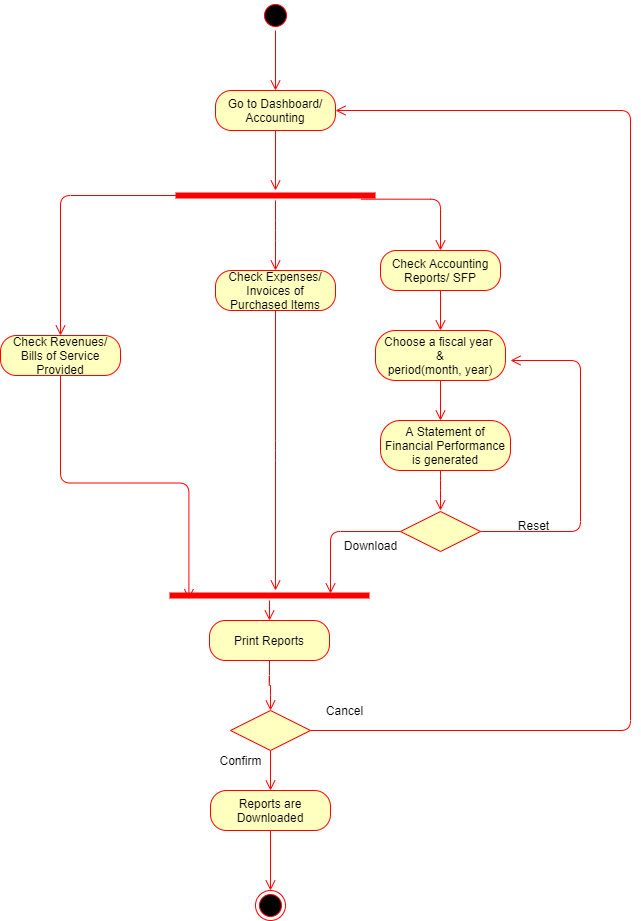
This is Diagrams/Activity Diagrams FINAL/AC_21-22-24-25 View Print Revenues Expenses, Accounting Reports.png from kkasharaj17/SE-project, a draw.io export, as it was before one commit. Source tidied: cells renumbered, new cells last; positions are measured from the earlier drawing's top-left corner, leaving out a move shared by most shapes. Source of this version:
```xml
<mxGraphModel>
  <root>
    <mxCell id="0" />
    <mxCell id="1" parent="0" />
    <mxCell id="2" style="ellipse;html=1;shape=startState;fillColor=#000000;strokeColor=#ff0000;" parent="1" vertex="1">
      <mxGeometry x="260" width="30" height="30" as="geometry" />
    </mxCell>
    <mxCell id="3" style="edgeStyle=orthogonalEdgeStyle;html=1;verticalAlign=bottom;endArrow=open;endSize=8;strokeColor=#ff0000;" parent="1" edge="1" source="2">
      <mxGeometry relative="1" as="geometry">
        <mxPoint x="275" y="90" as="targetPoint" />
      </mxGeometry>
    </mxCell>
    <mxCell id="4" value="Go to Dashboard/ Accounting" style="rounded=1;whiteSpace=wrap;html=1;arcSize=40;fontColor=#000000;fillColor=#ffffc0;strokeColor=#ff0000;" parent="1" vertex="1">
      <mxGeometry x="215" y="90" width="120" height="40" as="geometry" />
    </mxCell>
    <mxCell id="5" style="edgeStyle=orthogonalEdgeStyle;html=1;verticalAlign=bottom;endArrow=open;endSize=8;strokeColor=#ff0000;" parent="1" edge="1" source="4">
      <mxGeometry relative="1" as="geometry">
        <mxPoint x="275" y="190" as="targetPoint" />
      </mxGeometry>
    </mxCell>
    <mxCell id="6" value="Check Revenues/ Bills of Service Provided" style="rounded=1;whiteSpace=wrap;html=1;arcSize=40;fontColor=#000000;fillColor=#ffffc0;strokeColor=#ff0000;" parent="1" vertex="1">
      <mxGeometry y="335" width="120" height="40" as="geometry" />
    </mxCell>
    <mxCell id="7" style="edgeStyle=orthogonalEdgeStyle;html=1;verticalAlign=bottom;endArrow=open;endSize=8;strokeColor=#ff0000;entryX=0.097;entryY=0.867;entryDx=0;entryDy=0;entryPerimeter=0;exitX=0.5;exitY=1;exitDx=0;exitDy=0;" parent="1" edge="1" source="6" target="16">
      <mxGeometry relative="1" as="geometry" />
    </mxCell>
    <mxCell id="8" value="Check Accounting Reports/ SFP" style="rounded=1;whiteSpace=wrap;html=1;arcSize=40;fontColor=#000000;fillColor=#ffffc0;strokeColor=#ff0000;" parent="1" vertex="1">
      <mxGeometry x="380" y="250" width="120" height="40" as="geometry" />
    </mxCell>
    <mxCell id="9" style="edgeStyle=orthogonalEdgeStyle;html=1;verticalAlign=bottom;endArrow=open;endSize=8;strokeColor=#ff0000;entryX=0.5;entryY=0;entryDx=0;entryDy=0;" parent="1" edge="1" source="8" target="28">
      <mxGeometry relative="1" as="geometry" />
    </mxCell>
    <mxCell id="10" style="shape=line;html=1;strokeWidth=6;strokeColor=#ff0000;" parent="1" vertex="1">
      <mxGeometry x="175" y="190" width="200" height="10" as="geometry" />
    </mxCell>
    <mxCell id="11" style="edgeStyle=orthogonalEdgeStyle;html=1;verticalAlign=bottom;endArrow=open;endSize=8;strokeColor=#ff0000;entryX=0.5;entryY=0;entryDx=0;entryDy=0;" parent="1" edge="1" target="6">
      <mxGeometry relative="1" as="geometry">
        <mxPoint x="190" y="195" as="sourcePoint" />
      </mxGeometry>
    </mxCell>
    <mxCell id="12" style="edgeStyle=orthogonalEdgeStyle;html=1;verticalAlign=bottom;endArrow=open;endSize=8;strokeColor=#ff0000;" parent="1" edge="1" source="10">
      <mxGeometry relative="1" as="geometry">
        <mxPoint x="275" y="270" as="targetPoint" />
        <Array as="points">
          <mxPoint x="275" y="230" />
          <mxPoint x="275" y="230" />
        </Array>
      </mxGeometry>
    </mxCell>
    <mxCell id="13" value="Check Expenses/ Invoices of Purchased Items" style="rounded=1;whiteSpace=wrap;html=1;arcSize=40;fontColor=#000000;fillColor=#ffffc0;strokeColor=#ff0000;" parent="1" vertex="1">
      <mxGeometry x="215" y="270" width="120" height="40" as="geometry" />
    </mxCell>
    <mxCell id="14" style="edgeStyle=orthogonalEdgeStyle;html=1;verticalAlign=bottom;endArrow=open;endSize=8;strokeColor=#ff0000;" parent="1" edge="1" source="13" target="16">
      <mxGeometry relative="1" as="geometry">
        <Array as="points">
          <mxPoint x="275" y="450" />
          <mxPoint x="275" y="450" />
        </Array>
      </mxGeometry>
    </mxCell>
    <mxCell id="15" style="edgeStyle=orthogonalEdgeStyle;html=1;verticalAlign=bottom;endArrow=open;endSize=8;strokeColor=#ff0000;exitX=0.928;exitY=0.867;exitDx=0;exitDy=0;exitPerimeter=0;" parent="1" edge="1" source="10">
      <mxGeometry relative="1" as="geometry">
        <mxPoint x="440" y="250" as="targetPoint" />
      </mxGeometry>
    </mxCell>
    <mxCell id="16" style="shape=line;html=1;strokeWidth=6;strokeColor=#ff0000;" parent="1" vertex="1">
      <mxGeometry x="169" y="590" width="200" height="10" as="geometry" />
    </mxCell>
    <mxCell id="17" style="edgeStyle=orthogonalEdgeStyle;html=1;verticalAlign=bottom;endArrow=open;endSize=8;strokeColor=#ff0000;entryX=0.5;entryY=0;entryDx=0;entryDy=0;" parent="1" edge="1" source="16" target="18">
      <mxGeometry relative="1" as="geometry" />
    </mxCell>
    <mxCell id="18" value="Print Reports" style="rounded=1;whiteSpace=wrap;html=1;arcSize=40;fontColor=#000000;fillColor=#ffffc0;strokeColor=#ff0000;" parent="1" vertex="1">
      <mxGeometry x="209" y="620" width="120" height="40" as="geometry" />
    </mxCell>
    <mxCell id="19" style="edgeStyle=orthogonalEdgeStyle;html=1;verticalAlign=bottom;endArrow=open;endSize=8;strokeColor=#ff0000;entryX=0.5;entryY=0;entryDx=0;entryDy=0;" parent="1" edge="1" source="18" target="20">
      <mxGeometry relative="1" as="geometry" />
    </mxCell>
    <mxCell id="20" style="rhombus;whiteSpace=wrap;html=1;fillColor=#ffffc0;strokeColor=#ff0000;" parent="1" vertex="1">
      <mxGeometry x="230" y="710" width="80" height="40" as="geometry" />
    </mxCell>
    <mxCell id="21" style="edgeStyle=orthogonalEdgeStyle;html=1;align=left;verticalAlign=bottom;endArrow=open;endSize=8;strokeColor=#ff0000;entryX=1;entryY=0.5;entryDx=0;entryDy=0;" parent="1" edge="1" source="20" target="4">
      <mxGeometry x="-1" relative="1" as="geometry">
        <Array as="points">
          <mxPoint x="630" y="730" />
          <mxPoint x="630" y="110" />
        </Array>
      </mxGeometry>
    </mxCell>
    <mxCell id="22" style="edgeStyle=orthogonalEdgeStyle;html=1;align=left;verticalAlign=top;endArrow=open;endSize=8;strokeColor=#ff0000;" parent="1" edge="1" source="20">
      <mxGeometry x="-1" relative="1" as="geometry">
        <mxPoint x="270" y="790" as="targetPoint" />
      </mxGeometry>
    </mxCell>
    <mxCell id="23" value="Confirm" style="text;html=1;align=center;verticalAlign=middle;" parent="1" vertex="1">
      <mxGeometry x="210" y="750" width="60" height="20" as="geometry" />
    </mxCell>
    <mxCell id="24" value="Cancel" style="text;html=1;align=center;verticalAlign=middle;" parent="1" vertex="1">
      <mxGeometry x="319" y="700" width="50" height="20" as="geometry" />
    </mxCell>
    <mxCell id="25" value="Reports are Downloaded" style="rounded=1;whiteSpace=wrap;html=1;arcSize=40;fontColor=#000000;fillColor=#ffffc0;strokeColor=#ff0000;" parent="1" vertex="1">
      <mxGeometry x="210" y="790" width="120" height="40" as="geometry" />
    </mxCell>
    <mxCell id="26" style="edgeStyle=orthogonalEdgeStyle;html=1;verticalAlign=bottom;endArrow=open;endSize=8;strokeColor=#ff0000;" parent="1" edge="1" source="25">
      <mxGeometry relative="1" as="geometry">
        <mxPoint x="270" y="890" as="targetPoint" />
      </mxGeometry>
    </mxCell>
    <mxCell id="27" style="ellipse;html=1;shape=endState;fillColor=#000000;strokeColor=#ff0000;" parent="1" vertex="1">
      <mxGeometry x="255" y="890" width="30" height="30" as="geometry" />
    </mxCell>
    <mxCell id="28" value="Choose a fiscal year&amp;nbsp;&lt;br&gt;&amp;amp;&lt;br&gt;period(month, year)" style="rounded=1;whiteSpace=wrap;html=1;arcSize=40;fontColor=#000000;fillColor=#ffffc0;strokeColor=#ff0000;" parent="1" vertex="1">
      <mxGeometry x="375" y="330" width="130" height="50" as="geometry" />
    </mxCell>
    <mxCell id="29" style="edgeStyle=orthogonalEdgeStyle;html=1;verticalAlign=bottom;endArrow=open;endSize=8;strokeColor=#ff0000;" parent="1" edge="1" source="28">
      <mxGeometry relative="1" as="geometry">
        <mxPoint x="440" y="420" as="targetPoint" />
      </mxGeometry>
    </mxCell>
    <mxCell id="30" value="A Statement of Financial Performance is generated" style="rounded=1;whiteSpace=wrap;html=1;arcSize=40;fontColor=#000000;fillColor=#ffffc0;strokeColor=#ff0000;" parent="1" vertex="1">
      <mxGeometry x="380" y="420" width="130" height="50" as="geometry" />
    </mxCell>
    <mxCell id="31" style="edgeStyle=orthogonalEdgeStyle;html=1;verticalAlign=bottom;endArrow=open;endSize=8;strokeColor=#ff0000;" parent="1" edge="1" source="30">
      <mxGeometry relative="1" as="geometry">
        <mxPoint x="440" y="510" as="targetPoint" />
        <Array as="points">
          <mxPoint x="440" y="480" />
          <mxPoint x="440" y="480" />
        </Array>
      </mxGeometry>
    </mxCell>
    <mxCell id="32" style="rhombus;whiteSpace=wrap;html=1;fillColor=#ffffc0;strokeColor=#ff0000;" parent="1" vertex="1">
      <mxGeometry x="400" y="511" width="80" height="40" as="geometry" />
    </mxCell>
    <mxCell id="33" style="edgeStyle=orthogonalEdgeStyle;html=1;align=left;verticalAlign=bottom;endArrow=open;endSize=8;strokeColor=#ff0000;" parent="1" edge="1" source="32">
      <mxGeometry x="-1" relative="1" as="geometry">
        <mxPoint x="510" y="360" as="targetPoint" />
        <Array as="points">
          <mxPoint x="580" y="531" />
        </Array>
      </mxGeometry>
    </mxCell>
    <mxCell id="34" style="edgeStyle=orthogonalEdgeStyle;html=1;align=left;verticalAlign=top;endArrow=open;endSize=8;strokeColor=#ff0000;exitX=0;exitY=0.5;exitDx=0;exitDy=0;" parent="1" edge="1" source="32">
      <mxGeometry x="-1" relative="1" as="geometry">
        <mxPoint x="330" y="593" as="targetPoint" />
        <Array as="points">
          <mxPoint x="330" y="531" />
        </Array>
      </mxGeometry>
    </mxCell>
    <mxCell id="35" value="Download" style="text;html=1;align=center;verticalAlign=middle;" parent="1" vertex="1">
      <mxGeometry x="335" y="535" width="70" height="20" as="geometry" />
    </mxCell>
    <mxCell id="36" value="Reset" style="text;html=1;align=center;verticalAlign=middle;" parent="1" vertex="1">
      <mxGeometry x="508" y="515" width="50" height="20" as="geometry" />
    </mxCell>
  </root>
</mxGraphModel>
```
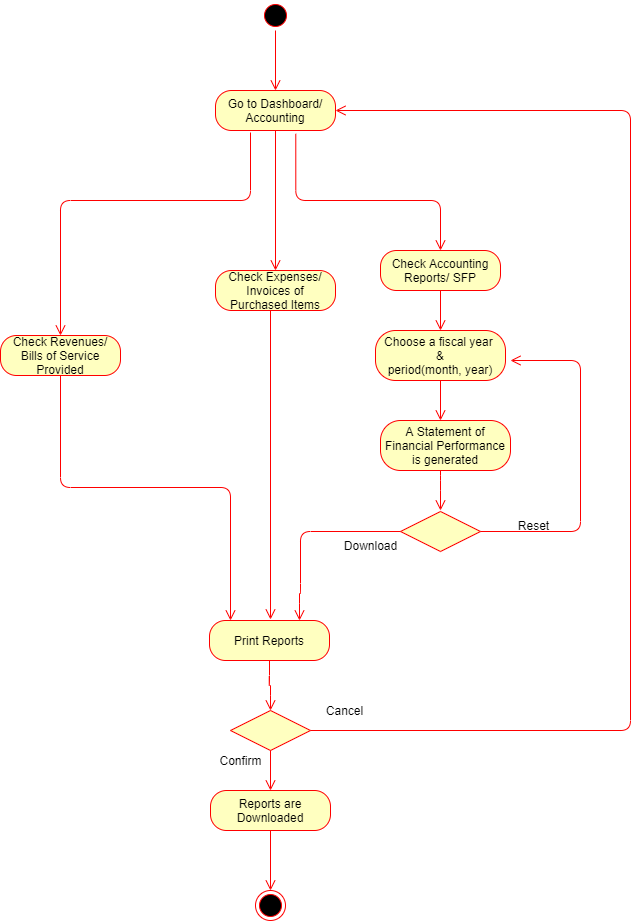
Later version of the same file.

What changed in the source:
```diff
@@ -13,16 +13,16 @@
     <mxCell id="4" value="Go to Dashboard/ Accounting" style="rounded=1;whiteSpace=wrap;html=1;arcSize=40;fontColor=#000000;fillColor=#ffffc0;strokeColor=#ff0000;" parent="1" vertex="1">
       <mxGeometry x="215" y="90" width="120" height="40" as="geometry" />
     </mxCell>
-    <mxCell id="5" style="edgeStyle=orthogonalEdgeStyle;html=1;verticalAlign=bottom;endArrow=open;endSize=8;strokeColor=#ff0000;" parent="1" edge="1" source="4">
-      <mxGeometry relative="1" as="geometry">
-        <mxPoint x="275" y="190" as="targetPoint" />
-      </mxGeometry>
-    </mxCell>
     <mxCell id="6" value="Check Revenues/ Bills of Service Provided" style="rounded=1;whiteSpace=wrap;html=1;arcSize=40;fontColor=#000000;fillColor=#ffffc0;strokeColor=#ff0000;" parent="1" vertex="1">
       <mxGeometry y="335" width="120" height="40" as="geometry" />
     </mxCell>
-    <mxCell id="7" style="edgeStyle=orthogonalEdgeStyle;html=1;verticalAlign=bottom;endArrow=open;endSize=8;strokeColor=#ff0000;entryX=0.097;entryY=0.867;entryDx=0;entryDy=0;entryPerimeter=0;exitX=0.5;exitY=1;exitDx=0;exitDy=0;" parent="1" edge="1" source="6" target="16">
-      <mxGeometry relative="1" as="geometry" />
+    <mxCell id="7" style="edgeStyle=orthogonalEdgeStyle;html=1;verticalAlign=bottom;endArrow=open;endSize=8;strokeColor=#ff0000;entryX=0.175;entryY=0;entryDx=0;entryDy=0;entryPerimeter=0;exitX=0.5;exitY=1;exitDx=0;exitDy=0;" parent="1" edge="1" source="6" target="18">
+      <mxGeometry relative="1" as="geometry">
+        <Array as="points">
+          <mxPoint x="60" y="487" />
+          <mxPoint x="230" y="487" />
+        </Array>
+      </mxGeometry>
     </mxCell>
     <mxCell id="8" value="Check Accounting Reports/ SFP" style="rounded=1;whiteSpace=wrap;html=1;arcSize=40;fontColor=#000000;fillColor=#ffffc0;strokeColor=#ff0000;" parent="1" vertex="1">
       <mxGeometry x="380" y="250" width="120" height="40" as="geometry" />
@@ -30,45 +30,41 @@
     <mxCell id="9" style="edgeStyle=orthogonalEdgeStyle;html=1;verticalAlign=bottom;endArrow=open;endSize=8;strokeColor=#ff0000;entryX=0.5;entryY=0;entryDx=0;entryDy=0;" parent="1" edge="1" source="8" target="28">
       <mxGeometry relative="1" as="geometry" />
     </mxCell>
-    <mxCell id="10" style="shape=line;html=1;strokeWidth=6;strokeColor=#ff0000;" parent="1" vertex="1">
-      <mxGeometry x="175" y="190" width="200" height="10" as="geometry" />
-    </mxCell>
     <mxCell id="11" style="edgeStyle=orthogonalEdgeStyle;html=1;verticalAlign=bottom;endArrow=open;endSize=8;strokeColor=#ff0000;entryX=0.5;entryY=0;entryDx=0;entryDy=0;" parent="1" edge="1" target="6">
       <mxGeometry relative="1" as="geometry">
-        <mxPoint x="190" y="195" as="sourcePoint" />
+        <mxPoint x="250" y="132" as="sourcePoint" />
+        <Array as="points">
+          <mxPoint x="250" y="132" />
+          <mxPoint x="250" y="200" />
+          <mxPoint x="60" y="200" />
+        </Array>
       </mxGeometry>
     </mxCell>
-    <mxCell id="12" style="edgeStyle=orthogonalEdgeStyle;html=1;verticalAlign=bottom;endArrow=open;endSize=8;strokeColor=#ff0000;" parent="1" edge="1" source="10">
+    <mxCell id="12" style="edgeStyle=orthogonalEdgeStyle;html=1;verticalAlign=bottom;endArrow=open;endSize=8;strokeColor=#ff0000;exitX=0.5;exitY=1;exitDx=0;exitDy=0;" parent="1" edge="1" source="4">
       <mxGeometry relative="1" as="geometry">
         <mxPoint x="275" y="270" as="targetPoint" />
-        <Array as="points">
-          <mxPoint x="275" y="230" />
-          <mxPoint x="275" y="230" />
-        </Array>
       </mxGeometry>
     </mxCell>
     <mxCell id="13" value="Check Expenses/ Invoices of Purchased Items" style="rounded=1;whiteSpace=wrap;html=1;arcSize=40;fontColor=#000000;fillColor=#ffffc0;strokeColor=#ff0000;" parent="1" vertex="1">
       <mxGeometry x="215" y="270" width="120" height="40" as="geometry" />
     </mxCell>
-    <mxCell id="14" style="edgeStyle=orthogonalEdgeStyle;html=1;verticalAlign=bottom;endArrow=open;endSize=8;strokeColor=#ff0000;" parent="1" edge="1" source="13" target="16">
+    <mxCell id="14" style="edgeStyle=orthogonalEdgeStyle;html=1;verticalAlign=bottom;endArrow=open;endSize=8;strokeColor=#ff0000;" parent="1" edge="1" source="13">
       <mxGeometry relative="1" as="geometry">
+        <mxPoint x="270" y="619" as="targetPoint" />
         <Array as="points">
-          <mxPoint x="275" y="450" />
-          <mxPoint x="275" y="450" />
+          <mxPoint x="270" y="619" />
         </Array>
       </mxGeometry>
     </mxCell>
-    <mxCell id="15" style="edgeStyle=orthogonalEdgeStyle;html=1;verticalAlign=bottom;endArrow=open;endSize=8;strokeColor=#ff0000;exitX=0.928;exitY=0.867;exitDx=0;exitDy=0;exitPerimeter=0;" parent="1" edge="1" source="10">
+    <mxCell id="15" style="edgeStyle=orthogonalEdgeStyle;html=1;verticalAlign=bottom;endArrow=open;endSize=8;strokeColor=#ff0000;exitX=0.669;exitY=1.083;exitDx=0;exitDy=0;exitPerimeter=0;" parent="1" edge="1" source="4">
       <mxGeometry relative="1" as="geometry">
         <mxPoint x="440" y="250" as="targetPoint" />
+        <Array as="points">
+          <mxPoint x="295" y="200" />
+          <mxPoint x="440" y="200" />
+        </Array>
       </mxGeometry>
     </mxCell>
-    <mxCell id="16" style="shape=line;html=1;strokeWidth=6;strokeColor=#ff0000;" parent="1" vertex="1">
-      <mxGeometry x="169" y="590" width="200" height="10" as="geometry" />
-    </mxCell>
-    <mxCell id="17" style="edgeStyle=orthogonalEdgeStyle;html=1;verticalAlign=bottom;endArrow=open;endSize=8;strokeColor=#ff0000;entryX=0.5;entryY=0;entryDx=0;entryDy=0;" parent="1" edge="1" source="16" target="18">
-      <mxGeometry relative="1" as="geometry" />
-    </mxCell>
     <mxCell id="18" value="Print Reports" style="rounded=1;whiteSpace=wrap;html=1;arcSize=40;fontColor=#000000;fillColor=#ffffc0;strokeColor=#ff0000;" parent="1" vertex="1">
       <mxGeometry x="209" y="620" width="120" height="40" as="geometry" />
     </mxCell>
@@ -139,11 +135,12 @@
         </Array>
       </mxGeometry>
     </mxCell>
-    <mxCell id="34" style="edgeStyle=orthogonalEdgeStyle;html=1;align=left;verticalAlign=top;endArrow=open;endSize=8;strokeColor=#ff0000;exitX=0;exitY=0.5;exitDx=0;exitDy=0;" parent="1" edge="1" source="32">
+    <mxCell id="34" style="edgeStyle=orthogonalEdgeStyle;html=1;align=left;verticalAlign=top;endArrow=open;endSize=8;strokeColor=#ff0000;exitX=0;exitY=0.5;exitDx=0;exitDy=0;entryX=0.75;entryY=0;entryDx=0;entryDy=0;" parent="1" edge="1" source="32" target="18">
       <mxGeometry x="-1" relative="1" as="geometry">
-        <mxPoint x="330" y="593" as="targetPoint" />
         <Array as="points">
-          <mxPoint x="330" y="531" />
+          <mxPoint x="300" y="531" />
+          <mxPoint x="300" y="593" />
+          <mxPoint x="299" y="593" />
         </Array>
       </mxGeometry>
     </mxCell>
```
